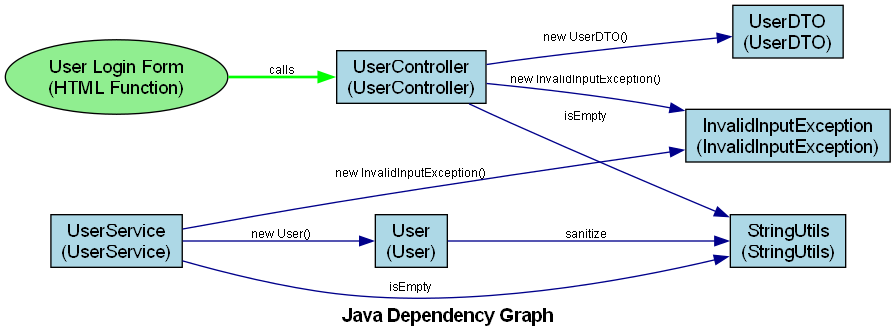
This is test_dependencies.png from tudao164/DependGraphForJava2, a Graphviz export, as it was before one commit. Its source is kept beside it as test_dependencies.dot. Source of this version:
```dot
digraph JavaDependencies {
    rankdir=LR;
    node [shape=box, style=filled, fillcolor=lightblue, fontname="Arial"];
    edge [fontname="Arial", fontsize=9, color=darkblue];
    graph [fontname="Arial Bold", fontsize=14, label="Java Dependency Graph"];

    "User" [label="User\n(User)", URL="javascript:showNodeInfo('User')", fillcolor="lightblue"];
    "StringUtils" [label="StringUtils\n(StringUtils)", URL="javascript:showNodeInfo('StringUtils')", fillcolor="lightblue"];
    "UserController" [label="UserController\n(UserController)", URL="javascript:showNodeInfo('UserController')", fillcolor="lightblue"];
    "UserService" [label="UserService\n(UserService)", URL="javascript:showNodeInfo('UserService')", fillcolor="lightblue"];
    "InvalidInputException" [label="InvalidInputException\n(InvalidInputException)", URL="javascript:showNodeInfo('InvalidInputException')", fillcolor="lightblue"];
    "UserDTO" [label="UserDTO\n(UserDTO)", URL="javascript:showNodeInfo('UserDTO')", fillcolor="lightblue"];

    "UserController" -> "StringUtils" [label="isEmpty", URL="javascript:showEdgeInfo('UserController', 'StringUtils')"];
    "UserController" -> "InvalidInputException" [label="new InvalidInputException()", URL="javascript:showEdgeInfo('UserController', 'InvalidInputException')"];
    "UserController" -> "UserDTO" [label="new UserDTO()", URL="javascript:showEdgeInfo('UserController', 'UserDTO')"];
    "User" -> "StringUtils" [label="sanitize", URL="javascript:showEdgeInfo('User', 'StringUtils')"];
    "UserService" -> "StringUtils" [label="isEmpty", URL="javascript:showEdgeInfo('UserService', 'StringUtils')"];
    "UserService" -> "InvalidInputException" [label="new InvalidInputException()", URL="javascript:showEdgeInfo('UserService', 'InvalidInputException')"];
    "UserService" -> "User" [label="new User()", URL="javascript:showEdgeInfo('UserService', 'User')"];

    "HTML_User_Login_Form" [label="User Login Form\n(HTML Function)", URL="javascript:showNodeInfo('HTML_User_Login_Form')", fillcolor="lightgreen", shape="ellipse"];
    "HTML_User_Login_Form" -> "UserController" [label="calls", URL="javascript:showEdgeInfo('HTML_User_Login_Form', 'UserController')", color="green", style="bold"];
}
```
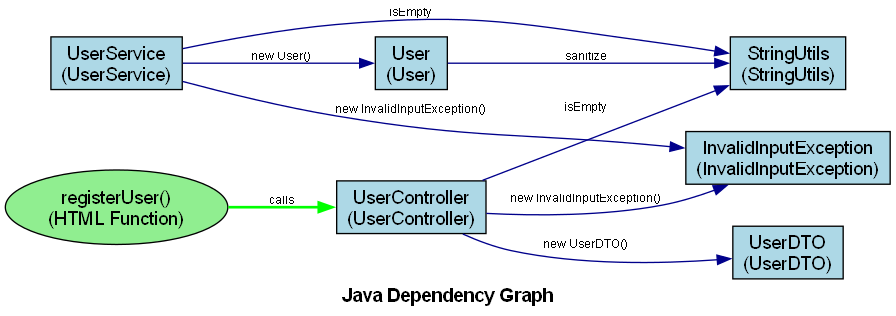
The same diagram one commit later.

What changed in the source:
```diff
@@ -4,12 +4,12 @@
     edge [fontname="Arial", fontsize=9, color=darkblue];
     graph [fontname="Arial Bold", fontsize=14, label="Java Dependency Graph"];
 
+    "UserService" [label="UserService\n(UserService)", URL="javascript:showNodeInfo('UserService')", fillcolor="lightblue"];
+    "StringUtils" [label="StringUtils\n(StringUtils)", URL="javascript:showNodeInfo('StringUtils')", fillcolor="lightblue"];
+    "UserDTO" [label="UserDTO\n(UserDTO)", URL="javascript:showNodeInfo('UserDTO')", fillcolor="lightblue"];
+    "UserController" [label="UserController\n(UserController)", URL="javascript:showNodeInfo('UserController')", fillcolor="lightblue"];
     "User" [label="User\n(User)", URL="javascript:showNodeInfo('User')", fillcolor="lightblue"];
-    "StringUtils" [label="StringUtils\n(StringUtils)", URL="javascript:showNodeInfo('StringUtils')", fillcolor="lightblue"];
-    "UserController" [label="UserController\n(UserController)", URL="javascript:showNodeInfo('UserController')", fillcolor="lightblue"];
-    "UserService" [label="UserService\n(UserService)", URL="javascript:showNodeInfo('UserService')", fillcolor="lightblue"];
     "InvalidInputException" [label="InvalidInputException\n(InvalidInputException)", URL="javascript:showNodeInfo('InvalidInputException')", fillcolor="lightblue"];
-    "UserDTO" [label="UserDTO\n(UserDTO)", URL="javascript:showNodeInfo('UserDTO')", fillcolor="lightblue"];
 
     "UserController" -> "StringUtils" [label="isEmpty", URL="javascript:showEdgeInfo('UserController', 'StringUtils')"];
     "UserController" -> "InvalidInputException" [label="new InvalidInputException()", URL="javascript:showEdgeInfo('UserController', 'InvalidInputException')"];
@@ -19,6 +19,6 @@
     "UserService" -> "InvalidInputException" [label="new InvalidInputException()", URL="javascript:showEdgeInfo('UserService', 'InvalidInputException')"];
     "UserService" -> "User" [label="new User()", URL="javascript:showEdgeInfo('UserService', 'User')"];
 
-    "HTML_User_Login_Form" [label="User Login Form\n(HTML Function)", URL="javascript:showNodeInfo('HTML_User_Login_Form')", fillcolor="lightgreen", shape="ellipse"];
-    "HTML_User_Login_Form" -> "UserController" [label="calls", URL="javascript:showEdgeInfo('HTML_User_Login_Form', 'UserController')", color="green", style="bold"];
+    "HTML_registerUser" [label="registerUser()\n(HTML Function)", URL="javascript:showNodeInfo('HTML_registerUser')", fillcolor="lightgreen", shape="ellipse"];
+    "HTML_registerUser" -> "UserController" [label="calls", URL="javascript:showEdgeInfo('HTML_registerUser', 'UserController')", color="green", style="bold"];
 }
```
